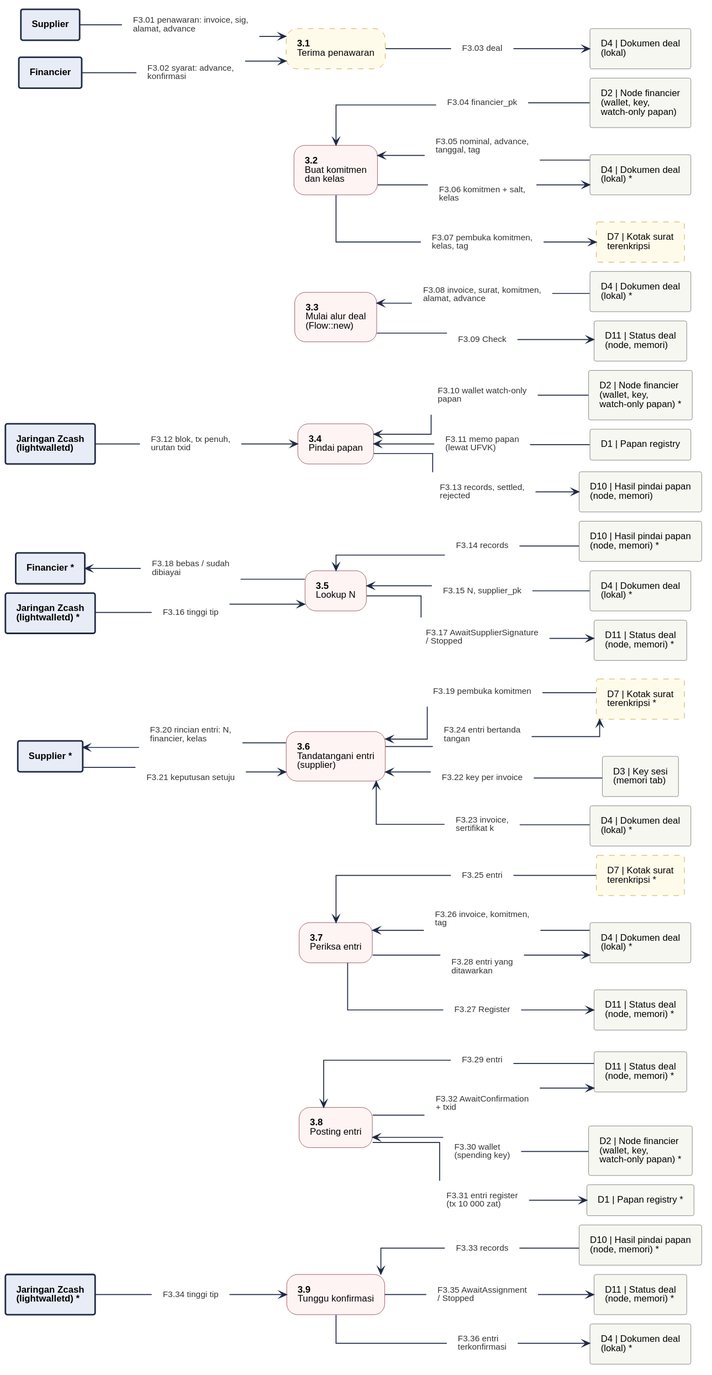
Before: 08-FlowDiagrams/assets/dfd-2-3.svg, a diagram exported from PlantUML (JitsuinFi/jitsuinfi-vault).
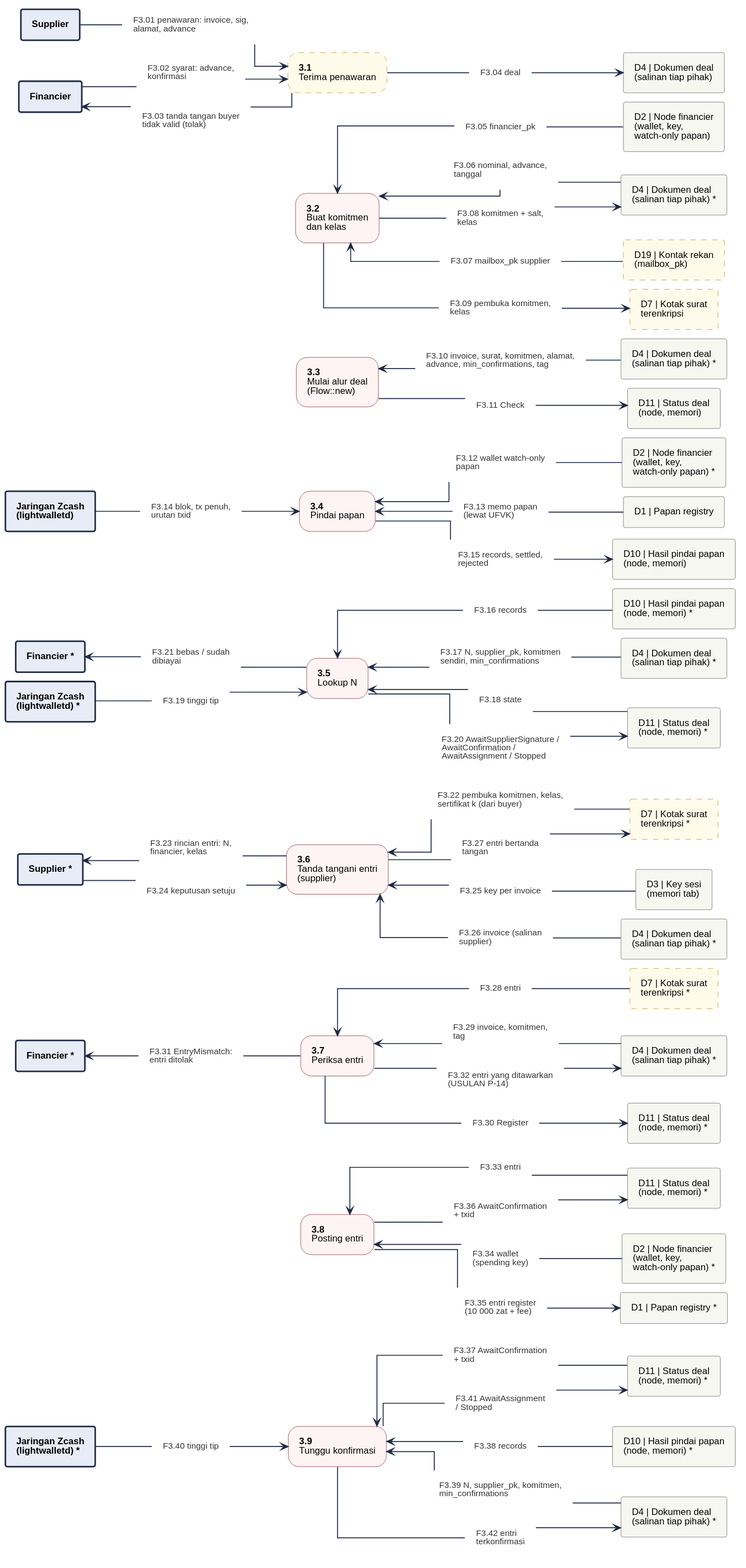
The same file after the commit.

What changed in the source:
```diff
@@ -3,41 +3,43 @@
 left to right direction
 skinparam nodesep 12
 skinparam ranksep 35
-rectangle "D4 | Dokumen deal\n(lokal) *" <<store>> as D4_9
+rectangle "Jaringan Zcash\n(lightwalletd) *" <<entity>> as Z_9
+rectangle "D4 | Dokumen deal\n(salinan tiap pihak) *" <<store>> as D4_9
+rectangle "D10 | Hasil pindai papan\n(node, memori) *" <<store>> as D10_9
 rectangle "D11 | Status deal\n(node, memori) *" <<store>> as D11_9
-rectangle "Jaringan Zcash\n(lightwalletd) *" <<entity>> as Z_9
-rectangle "D10 | Hasil pindai papan\n(node, memori) *" <<store>> as D10_9
 rectangle "D1 | Papan registry *" <<store>> as D1_8
 rectangle "D2 | Node financier\n(wallet, key,\nwatch-only papan) *" <<store>> as D2_8
 rectangle "D11 | Status deal\n(node, memori) *" <<store>> as D11_8
+rectangle "Financier *" <<entity>> as F_7
 rectangle "D11 | Status deal\n(node, memori) *" <<store>> as D11_7
-rectangle "D4 | Dokumen deal\n(lokal) *" <<store>> as D4_7
+rectangle "D4 | Dokumen deal\n(salinan tiap pihak) *" <<store>> as D4_7
 rectangle "D7 | Kotak surat\nterenkripsi *" <<storeproposal>> as D7_7
-rectangle "D4 | Dokumen deal\n(lokal) *" <<store>> as D4_6
+rectangle "D4 | Dokumen deal\n(salinan tiap pihak) *" <<store>> as D4_6
 rectangle "D3 | Key sesi\n(memori tab)" <<store>> as D3_6
 rectangle "Supplier *" <<entity>> as S_6
 rectangle "D7 | Kotak surat\nterenkripsi *" <<storeproposal>> as D7_6
 rectangle "Financier *" <<entity>> as F_5
+rectangle "Jaringan Zcash\n(lightwalletd) *" <<entity>> as Z_5
 rectangle "D11 | Status deal\n(node, memori) *" <<store>> as D11_5
-rectangle "Jaringan Zcash\n(lightwalletd) *" <<entity>> as Z_5
-rectangle "D4 | Dokumen deal\n(lokal) *" <<store>> as D4_5
+rectangle "D4 | Dokumen deal\n(salinan tiap pihak) *" <<store>> as D4_5
 rectangle "D10 | Hasil pindai papan\n(node, memori) *" <<store>> as D10_5
 rectangle "D10 | Hasil pindai papan\n(node, memori)" <<store>> as D10_4
 rectangle "Jaringan Zcash\n(lightwalletd)" <<entity>> as Z_4
 rectangle "D1 | Papan registry" <<store>> as D1_4
 rectangle "D2 | Node financier\n(wallet, key,\nwatch-only papan) *" <<store>> as D2_4
 rectangle "D11 | Status deal\n(node, memori)" <<store>> as D11_3
-rectangle "D4 | Dokumen deal\n(lokal) *" <<store>> as D4_3
+rectangle "D4 | Dokumen deal\n(salinan tiap pihak) *" <<store>> as D4_3
 rectangle "D7 | Kotak surat\nterenkripsi" <<storeproposal>> as D7_2
-rectangle "D4 | Dokumen deal\n(lokal) *" <<store>> as D4_2
+rectangle "D19 | Kontak rekan\n(mailbox_pk)" <<storeproposal>> as D19_2
+rectangle "D4 | Dokumen deal\n(salinan tiap pihak) *" <<store>> as D4_2
 rectangle "D2 | Node financier\n(wallet, key,\nwatch-only papan)" <<store>> as D2_2
-rectangle "D4 | Dokumen deal\n(lokal)" <<store>> as D4_1
+rectangle "D4 | Dokumen deal\n(salinan tiap pihak)" <<store>> as D4_1
 rectangle "Financier" <<entity>> as F_1
 rectangle "Supplier" <<entity>> as S_1
 rectangle "**3.9**\nTunggu konfirmasi" <<process>> as P9
 rectangle "**3.8**\nPosting entri" <<process>> as P8
 rectangle "**3.7**\nPeriksa entri" <<process>> as P7
-rectangle "**3.6**\nTandatangani entri\n(supplier)" <<process>> as P6
+rectangle "**3.6**\nTanda tangani entri\n(supplier)" <<process>> as P6
 rectangle "**3.5**\nLookup N" <<process>> as P5
 rectangle "**3.4**\nPindai papan" <<process>> as P4
 rectangle "**3.3**\nMulai alur deal\n(Flow::new)" <<process>> as P3
@@ -45,112 +47,130 @@
 rectangle "**3.1**\nTerima penawaran" <<proposal>> as P1
 rectangle "F3.01 penawaran: invoice, sig,\nalamat, advance" <<flow>> as f_F3_01
 rectangle "F3.02 syarat: advance,\nkonfirmasi" <<flow>> as f_F3_02
-rectangle "F3.03 deal" <<flow>> as f_F3_03
-rectangle "F3.04 financier_pk" <<flow>> as f_F3_04
-rectangle "F3.05 nominal, advance,\ntanggal, tag" <<flow>> as f_F3_05
-rectangle "F3.06 komitmen + salt,\nkelas" <<flow>> as f_F3_06
-rectangle "F3.07 pembuka komitmen,\nkelas, tag" <<flow>> as f_F3_07
-rectangle "F3.08 invoice, surat, komitmen,\nalamat, advance" <<flow>> as f_F3_08
-rectangle "F3.09 Check" <<flow>> as f_F3_09
-rectangle "F3.10 wallet watch-only\npapan" <<flow>> as f_F3_10
-rectangle "F3.11 memo papan\n(lewat UFVK)" <<flow>> as f_F3_11
-rectangle "F3.12 blok, tx penuh,\nurutan txid" <<flow>> as f_F3_12
-rectangle "F3.13 records, settled,\nrejected" <<flow>> as f_F3_13
-rectangle "F3.14 records" <<flow>> as f_F3_14
-rectangle "F3.15 N, supplier_pk" <<flow>> as f_F3_15
-rectangle "F3.16 tinggi tip" <<flow>> as f_F3_16
-rectangle "F3.17 AwaitSupplierSignature\n/ Stopped" <<flow>> as f_F3_17
-rectangle "F3.18 bebas / sudah\ndibiayai" <<flow>> as f_F3_18
-rectangle "F3.19 pembuka komitmen" <<flow>> as f_F3_19
-rectangle "F3.20 rincian entri: N,\nfinancier, kelas" <<flow>> as f_F3_20
-rectangle "F3.21 keputusan setuju" <<flow>> as f_F3_21
-rectangle "F3.22 key per invoice" <<flow>> as f_F3_22
-rectangle "F3.23 invoice,\nsertifikat k" <<flow>> as f_F3_23
-rectangle "F3.24 entri bertanda\ntangan" <<flow>> as f_F3_24
-rectangle "F3.25 entri" <<flow>> as f_F3_25
-rectangle "F3.26 invoice, komitmen,\ntag" <<flow>> as f_F3_26
-rectangle "F3.27 Register" <<flow>> as f_F3_27
-rectangle "F3.28 entri yang\nditawarkan" <<flow>> as f_F3_28
-rectangle "F3.29 entri" <<flow>> as f_F3_29
-rectangle "F3.30 wallet\n(spending key)" <<flow>> as f_F3_30
-rectangle "F3.31 entri register\n(tx 10 000 zat)" <<flow>> as f_F3_31
-rectangle "F3.32 AwaitConfirmation\n+ txid" <<flow>> as f_F3_32
-rectangle "F3.33 records" <<flow>> as f_F3_33
-rectangle "F3.34 tinggi tip" <<flow>> as f_F3_34
-rectangle "F3.35 AwaitAssignment\n/ Stopped" <<flow>> as f_F3_35
-rectangle "F3.36 entri\nterkonfirmasi" <<flow>> as f_F3_36
+rectangle "F3.03 tanda tangan buyer\ntidak valid (tolak)" <<flow>> as f_F3_03
+rectangle "F3.04 deal" <<flow>> as f_F3_04
+rectangle "F3.05 financier_pk" <<flow>> as f_F3_05
+rectangle "F3.06 nominal, advance,\ntanggal" <<flow>> as f_F3_06
+rectangle "F3.07 mailbox_pk supplier" <<flow>> as f_F3_07
+rectangle "F3.08 komitmen + salt,\nkelas" <<flow>> as f_F3_08
+rectangle "F3.09 pembuka komitmen,\nkelas" <<flow>> as f_F3_09
+rectangle "F3.10 invoice, surat, komitmen, alamat,\nadvance, min_confirmations, tag" <<flow>> as f_F3_10
+rectangle "F3.11 Check" <<flow>> as f_F3_11
+rectangle "F3.12 wallet watch-only\npapan" <<flow>> as f_F3_12
+rectangle "F3.13 memo papan\n(lewat UFVK)" <<flow>> as f_F3_13
+rectangle "F3.14 blok, tx penuh,\nurutan txid" <<flow>> as f_F3_14
+rectangle "F3.15 records, settled,\nrejected" <<flow>> as f_F3_15
+rectangle "F3.16 records" <<flow>> as f_F3_16
+rectangle "F3.17 N, supplier_pk, komitmen\nsendiri, min_confirmations" <<flow>> as f_F3_17
+rectangle "F3.18 state" <<flow>> as f_F3_18
+rectangle "F3.19 tinggi tip" <<flow>> as f_F3_19
+rectangle "F3.20 AwaitSupplierSignature /\nAwaitConfirmation /\nAwaitAssignment / Stopped" <<flow>> as f_F3_20
+rectangle "F3.21 bebas / sudah\ndibiayai" <<flow>> as f_F3_21
+rectangle "F3.22 pembuka komitmen, kelas,\nsertifikat k (dari buyer)" <<flow>> as f_F3_22
+rectangle "F3.23 rincian entri: N,\nfinancier, kelas" <<flow>> as f_F3_23
+rectangle "F3.24 keputusan setuju" <<flow>> as f_F3_24
+rectangle "F3.25 key per invoice" <<flow>> as f_F3_25
+rectangle "F3.26 invoice (salinan\nsupplier)" <<flow>> as f_F3_26
+rectangle "F3.27 entri bertanda\ntangan" <<flow>> as f_F3_27
+rectangle "F3.28 entri" <<flow>> as f_F3_28
+rectangle "F3.29 invoice, komitmen,\ntag" <<flow>> as f_F3_29
+rectangle "F3.30 Register" <<flow>> as f_F3_30
+rectangle "F3.31 EntryMismatch:\nentri ditolak" <<flow>> as f_F3_31
+rectangle "F3.32 entri yang ditawarkan\n(USULAN P-14)" <<flow>> as f_F3_32
+rectangle "F3.33 entri" <<flow>> as f_F3_33
+rectangle "F3.34 wallet\n(spending key)" <<flow>> as f_F3_34
+rectangle "F3.35 entri register\n(10 000 zat + fee)" <<flow>> as f_F3_35
+rectangle "F3.36 AwaitConfirmation\n+ txid" <<flow>> as f_F3_36
+rectangle "F3.37 AwaitConfirmation\n+ txid" <<flow>> as f_F3_37
+rectangle "F3.38 records" <<flow>> as f_F3_38
+rectangle "F3.39 N, supplier_pk, komitmen,\nmin_confirmations" <<flow>> as f_F3_39
+rectangle "F3.40 tinggi tip" <<flow>> as f_F3_40
+rectangle "F3.41 AwaitAssignment\n/ Stopped" <<flow>> as f_F3_41
+rectangle "F3.42 entri\nterkonfirmasi" <<flow>> as f_F3_42
 S_1 -- f_F3_01
 f_F3_01 --> P1
 F_1 -- f_F3_02
 f_F3_02 --> P1
-P1 -- f_F3_03
-f_F3_03 --> D4_1
-P2 <-- f_F3_04
-f_F3_04 -- D2_2
+F_1 <-- f_F3_03
+f_F3_03 -- P1
+P1 -- f_F3_04
+f_F3_04 --> D4_1
 P2 <-- f_F3_05
-f_F3_05 -- D4_2
-P2 -- f_F3_06
-f_F3_06 --> D4_2
-P2 -- f_F3_07
-f_F3_07 --> D7_2
-P3 <-- f_F3_08
-f_F3_08 -- D4_3
-P3 -- f_F3_09
-f_F3_09 --> D11_3
-P4 <-- f_F3_10
-f_F3_10 -- D2_4
-P4 <-- f_F3_11
-f_F3_11 -- D1_4
-Z_4 -- f_F3_12
-f_F3_12 --> P4
-P4 -- f_F3_13
-f_F3_13 --> D10_4
-P5 <-- f_F3_14
-f_F3_14 -- D10_5
-P5 <-- f_F3_15
-f_F3_15 -- D4_5
-Z_5 -- f_F3_16
-f_F3_16 --> P5
-P5 -- f_F3_17
-f_F3_17 --> D11_5
-F_5 <-- f_F3_18
-f_F3_18 -- P5
-P6 <-- f_F3_19
-f_F3_19 -- D7_6
-S_6 <-- f_F3_20
-f_F3_20 -- P6
-S_6 -- f_F3_21
-f_F3_21 --> P6
+f_F3_05 -- D2_2
+P2 <-- f_F3_06
+f_F3_06 -- D4_2
+P2 <-- f_F3_07
+f_F3_07 -- D19_2
+P2 -- f_F3_08
+f_F3_08 --> D4_2
+P2 -- f_F3_09
+f_F3_09 --> D7_2
+P3 <-- f_F3_10
+f_F3_10 -- D4_3
+P3 -- f_F3_11
+f_F3_11 --> D11_3
+P4 <-- f_F3_12
+f_F3_12 -- D2_4
+P4 <-- f_F3_13
+f_F3_13 -- D1_4
+Z_4 -- f_F3_14
+f_F3_14 --> P4
+P4 -- f_F3_15
+f_F3_15 --> D10_4
+P5 <-- f_F3_16
+f_F3_16 -- D10_5
+P5 <-- f_F3_17
+f_F3_17 -- D4_5
+P5 <-- f_F3_18
+f_F3_18 -- D11_5
+Z_5 -- f_F3_19
+f_F3_19 --> P5
+P5 -- f_F3_20
+f_F3_20 --> D11_5
+F_5 <-- f_F3_21
+f_F3_21 -- P5
 P6 <-- f_F3_22
-f_F3_22 -- D3_6
-P6 <-- f_F3_23
-f_F3_23 -- D4_6
-P6 -- f_F3_24
-f_F3_24 --> D7_6
-P7 <-- f_F3_25
-f_F3_25 -- D7_7
-P7 <-- f_F3_26
-f_F3_26 -- D4_7
-P7 -- f_F3_27
-f_F3_27 --> D11_7
-P7 -- f_F3_28
-f_F3_28 --> D4_7
-P8 <-- f_F3_29
-f_F3_29 -- D11_8
-P8 <-- f_F3_30
-f_F3_30 -- D2_8
-P8 -- f_F3_31
-f_F3_31 --> D1_8
-P8 -- f_F3_32
-f_F3_32 --> D11_8
-P9 <-- f_F3_33
-f_F3_33 -- D10_9
-Z_9 -- f_F3_34
-f_F3_34 --> P9
-P9 -- f_F3_35
-f_F3_35 --> D11_9
-P9 -- f_F3_36
-f_F3_36 --> D4_9
+f_F3_22 -- D7_6
+S_6 <-- f_F3_23
+f_F3_23 -- P6
+S_6 -- f_F3_24
+f_F3_24 --> P6
+P6 <-- f_F3_25
+f_F3_25 -- D3_6
+P6 <-- f_F3_26
+f_F3_26 -- D4_6
+P6 -- f_F3_27
+f_F3_27 --> D7_6
+P7 <-- f_F3_28
+f_F3_28 -- D7_7
+P7 <-- f_F3_29
+f_F3_29 -- D4_7
+P7 -- f_F3_30
+f_F3_30 --> D11_7
+F_7 <-- f_F3_31
+f_F3_31 -- P7
+P7 -- f_F3_32
+f_F3_32 --> D4_7
+P8 <-- f_F3_33
+f_F3_33 -- D11_8
+P8 <-- f_F3_34
+f_F3_34 -- D2_8
+P8 -- f_F3_35
+f_F3_35 --> D1_8
+P8 -- f_F3_36
+f_F3_36 --> D11_8
+P9 <-- f_F3_37
+f_F3_37 -- D11_9
+P9 <-- f_F3_38
+f_F3_38 -- D10_9
+P9 <-- f_F3_39
+f_F3_39 -- D4_9
+Z_9 -- f_F3_40
+f_F3_40 --> P9
+P9 -- f_F3_41
+f_F3_41 --> D11_9
+P9 -- f_F3_42
+f_F3_42 --> D4_9
 rectangle " " <<spacer>> as sp_P2_a
 rectangle " " <<spacer>> as sp_P2_b
 sp_P2_a -[hidden]- sp_P2_b
@@ -159,10 +179,6 @@
 rectangle " " <<spacer>> as sp_P3_b
 sp_P3_a -[hidden]- sp_P3_b
 sp_P3_b -[hidden]- P3
-rectangle " " <<spacer>> as sp_P7_a
-rectangle " " <<spacer>> as sp_P7_b
-sp_P7_a -[hidden]- sp_P7_b
-sp_P7_b -[hidden]- P7
 rectangle " " <<spacer>> as sp_P8_a
 rectangle " " <<spacer>> as sp_P8_b
 sp_P8_a -[hidden]- sp_P8_b
```
